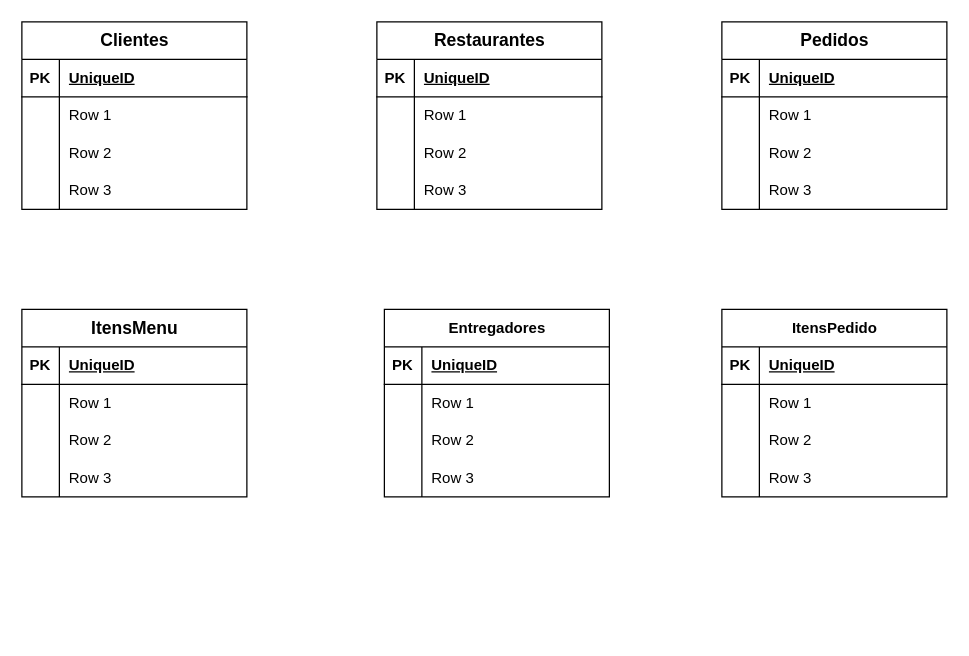
Earlier version of the draw.io diagram Diagrama Entidade-Relacionamento (DER) Físico.drawio (lrlacerda/Logica-de-Programacao-Pratica). Source tidied: cells renumbered, new cells numbered last; positions are measured from the earlier drawing's top-left corner, leaving out a move shared by most shapes. Both pictures are drawn from the tidied source at 125%, with x=0, y=0 at pixel (21, 21).
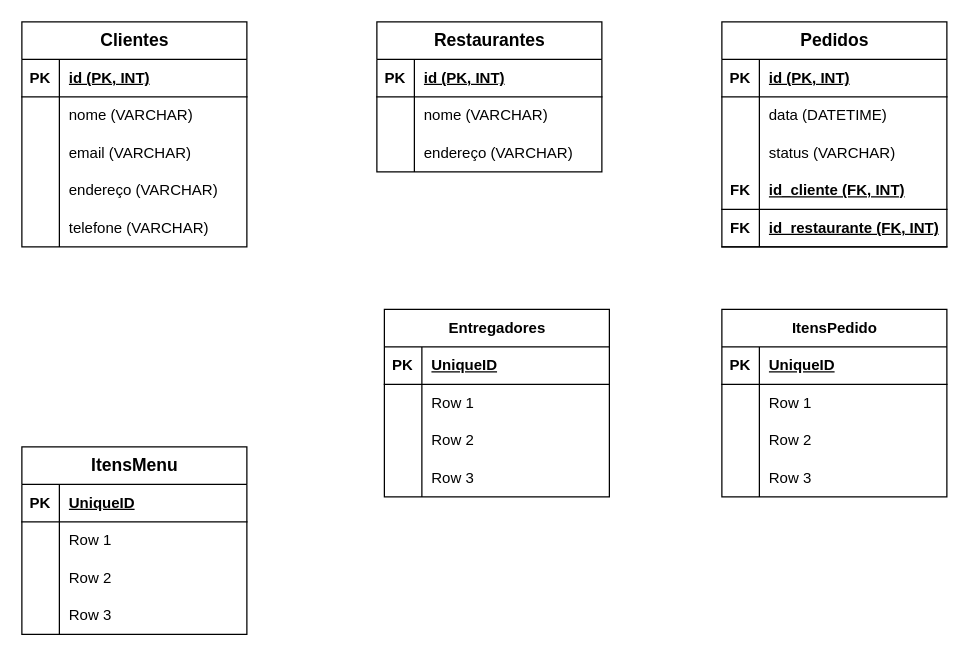
After the change.

The change refers to these unchanged cells:
```xml
<mxCell id="3" style="shape=tableRow;horizontal=0;startSize=0;swimlaneHead=0;swimlaneBody=0;fillColor=none;top=0;left=0;right=0;bottom=1;" parent="2" vertex="1">
  <mxGeometry y="30" width="180" height="30" as="geometry" />
</mxCell>
<mxCell id="16" style="shape=tableRow;horizontal=0;startSize=0;swimlaneHead=0;swimlaneBody=0;fillColor=none;top=0;left=0;right=0;bottom=1;" parent="15" vertex="1">
  <mxGeometry y="30" width="180" height="30" as="geometry" />
</mxCell>
<mxCell id="19" style="shape=tableRow;horizontal=0;startSize=0;swimlaneHead=0;swimlaneBody=0;fillColor=none;top=0;left=0;right=0;bottom=0;" parent="15" vertex="1">
  <mxGeometry y="60" width="180" height="30" as="geometry" />
</mxCell>
<mxCell id="22" style="shape=tableRow;horizontal=0;startSize=0;swimlaneHead=0;swimlaneBody=0;fillColor=none;top=0;left=0;right=0;bottom=0;" parent="15" vertex="1">
  <mxGeometry y="90" width="180" height="30" as="geometry" />
</mxCell>
<mxCell id="29" style="shape=tableRow;horizontal=0;startSize=0;swimlaneHead=0;swimlaneBody=0;fillColor=none;top=0;left=0;right=0;bottom=1;" parent="28" vertex="1">
  <mxGeometry y="30" width="180" height="30" as="geometry" />
</mxCell>
<mxCell id="32" style="shape=tableRow;horizontal=0;startSize=0;swimlaneHead=0;swimlaneBody=0;fillColor=none;top=0;left=0;right=0;bottom=0;" parent="28" vertex="1">
  <mxGeometry y="60" width="180" height="30" as="geometry" />
</mxCell>
<mxCell id="35" style="shape=tableRow;horizontal=0;startSize=0;swimlaneHead=0;swimlaneBody=0;fillColor=none;top=0;left=0;right=0;bottom=0;" parent="28" vertex="1">
  <mxGeometry y="90" width="180" height="30" as="geometry" />
</mxCell>
```

The edit, as a diff of the source:
```diff
@@
     <mxCell id="2" value="&lt;font style=&quot;font-size: 14px;&quot;&gt;Clientes&lt;/font&gt;" style="shape=table;startSize=30;childLayout=tableLayout;rowLines=0;fontStyle=1;align=center;html=1;" parent="1" vertex="1">
-      <mxGeometry width="180" height="150" as="geometry" />
+      <mxGeometry width="180" height="180" as="geometry" />
     </mxCell>
@@
-    <mxCell id="5" value="UniqueID" style="shape=partialRectangle;fillColor=none;top=0;left=0;bottom=0;right=0;align=left;spacingLeft=6;fontStyle=5;overflow=hidden;whiteSpace=wrap;html=1;" parent="3" vertex="1">
+    <mxCell id="5" value="id (PK, INT)" style="shape=partialRectangle;fillColor=none;top=0;left=0;bottom=0;right=0;align=left;spacingLeft=6;fontStyle=5;overflow=hidden;whiteSpace=wrap;html=1;" parent="3" vertex="1">
       <mxGeometry x="30" width="150" height="30" as="geometry" />
     </mxCell>
-    <mxCell id="6" style="shape=tableRow;horizontal=0;startSize=0;swimlaneHead=0;swimlaneBody=0;fillColor=none;top=0;left=0;right=0;bottom=0;" parent="2" vertex="1">
-      <mxGeometry y="60" width="180" height="30" as="geometry" />
-    </mxCell>
-    <mxCell id="7" style="shape=partialRectangle;fillColor=none;top=0;left=0;bottom=0;right=0;overflow=hidden;whiteSpace=wrap;html=1;" parent="6" vertex="1">
-      <mxGeometry width="30" height="30" as="geometry" />
-    </mxCell>
-    <mxCell id="8" value="Row 1" style="shape=partialRectangle;fillColor=none;top=0;left=0;bottom=0;right=0;align=left;spacingLeft=6;overflow=hidden;whiteSpace=wrap;html=1;" parent="6" vertex="1">
-      <mxGeometry x="30" width="150" height="30" as="geometry" />
-    </mxCell>
     <mxCell id="9" style="shape=tableRow;horizontal=0;startSize=0;swimlaneHead=0;swimlaneBody=0;fillColor=none;top=0;left=0;right=0;bottom=0;" parent="2" vertex="1">
-      <mxGeometry y="90" width="180" height="30" as="geometry" />
+      <mxGeometry y="60" width="180" height="30" as="geometry" />
     </mxCell>
@@
-    <mxCell id="11" value="Row 2" style="shape=partialRectangle;fillColor=none;top=0;left=0;bottom=0;right=0;align=left;spacingLeft=6;overflow=hidden;whiteSpace=wrap;html=1;" parent="9" vertex="1">
+    <mxCell id="11" value="nome (VARCHAR)" style="shape=partialRectangle;fillColor=none;top=0;left=0;bottom=0;right=0;align=left;spacingLeft=6;overflow=hidden;whiteSpace=wrap;html=1;" parent="9" vertex="1">
       <mxGeometry x="30" width="150" height="30" as="geometry" />
     </mxCell>
     <mxCell id="12" style="shape=tableRow;horizontal=0;startSize=0;swimlaneHead=0;swimlaneBody=0;fillColor=none;top=0;left=0;right=0;bottom=0;" parent="2" vertex="1">
-      <mxGeometry y="120" width="180" height="30" as="geometry" />
+      <mxGeometry y="90" width="180" height="30" as="geometry" />
     </mxCell>
@@
-    <mxCell id="14" value="Row 3" style="shape=partialRectangle;fillColor=none;top=0;left=0;bottom=0;right=0;align=left;spacingLeft=6;overflow=hidden;whiteSpace=wrap;html=1;" parent="12" vertex="1">
+    <mxCell id="14" value="email (VARCHAR)" style="shape=partialRectangle;fillColor=none;top=0;left=0;bottom=0;right=0;align=left;spacingLeft=6;overflow=hidden;whiteSpace=wrap;html=1;" parent="12" vertex="1">
       <mxGeometry x="30" width="150" height="30" as="geometry" />
     </mxCell>
+    <mxCell id="80" style="shape=tableRow;horizontal=0;startSize=0;swimlaneHead=0;swimlaneBody=0;fillColor=none;top=0;left=0;right=0;bottom=0;" parent="2" vertex="1">
+      <mxGeometry y="120" width="180" height="30" as="geometry" />
+    </mxCell>
+    <mxCell id="81" style="shape=partialRectangle;fillColor=none;top=0;left=0;bottom=0;right=0;overflow=hidden;whiteSpace=wrap;html=1;" parent="80" vertex="1">
+      <mxGeometry width="30" height="30" as="geometry" />
+    </mxCell>
+    <mxCell id="82" value="endereço (VARCHAR)" style="shape=partialRectangle;fillColor=none;top=0;left=0;bottom=0;right=0;align=left;spacingLeft=6;overflow=hidden;whiteSpace=wrap;html=1;" parent="80" vertex="1">
+      <mxGeometry x="30" width="150" height="30" as="geometry" />
+    </mxCell>
+    <mxCell id="83" style="shape=tableRow;horizontal=0;startSize=0;swimlaneHead=0;swimlaneBody=0;fillColor=none;top=0;left=0;right=0;bottom=0;" parent="2" vertex="1">
+      <mxGeometry y="150" width="180" height="30" as="geometry" />
+    </mxCell>
+    <mxCell id="84" style="shape=partialRectangle;fillColor=none;top=0;left=0;bottom=0;right=0;overflow=hidden;whiteSpace=wrap;html=1;" parent="83" vertex="1">
+      <mxGeometry width="30" height="30" as="geometry" />
+    </mxCell>
+    <mxCell id="85" value="telefone (VARCHAR)" style="shape=partialRectangle;fillColor=none;top=0;left=0;bottom=0;right=0;align=left;spacingLeft=6;overflow=hidden;whiteSpace=wrap;html=1;" parent="83" vertex="1">
+      <mxGeometry x="30" width="150" height="30" as="geometry" />
+    </mxCell>
     <mxCell id="15" value="&lt;font style=&quot;font-size: 14px;&quot;&gt;Pedidos&lt;/font&gt;" style="shape=table;startSize=30;childLayout=tableLayout;rowLines=0;fontStyle=1;align=center;html=1;" parent="1" vertex="1">
-      <mxGeometry x="560" width="180" height="150" as="geometry" />
+      <mxGeometry x="560" width="180" height="180" as="geometry" />
     </mxCell>
@@
-    <mxCell id="18" value="UniqueID" style="shape=partialRectangle;fillColor=none;top=0;left=0;bottom=0;right=0;align=left;spacingLeft=6;fontStyle=5;overflow=hidden;whiteSpace=wrap;html=1;" parent="16" vertex="1">
+    <mxCell id="18" value="id (PK, INT)" style="shape=partialRectangle;fillColor=none;top=0;left=0;bottom=0;right=0;align=left;spacingLeft=6;fontStyle=5;overflow=hidden;whiteSpace=wrap;html=1;" parent="16" vertex="1">
       <mxGeometry x="30" width="150" height="30" as="geometry" />
     </mxCell>
@@
-    <mxCell id="21" value="Row 1" style="shape=partialRectangle;fillColor=none;top=0;left=0;bottom=0;right=0;align=left;spacingLeft=6;overflow=hidden;whiteSpace=wrap;html=1;" parent="19" vertex="1">
+    <mxCell id="21" value="data (DATETIME)" style="shape=partialRectangle;fillColor=none;top=0;left=0;bottom=0;right=0;align=left;spacingLeft=6;overflow=hidden;whiteSpace=wrap;html=1;" parent="19" vertex="1">
       <mxGeometry x="30" width="150" height="30" as="geometry" />
     </mxCell>
@@
-    <mxCell id="24" value="Row 2" style="shape=partialRectangle;fillColor=none;top=0;left=0;bottom=0;right=0;align=left;spacingLeft=6;overflow=hidden;whiteSpace=wrap;html=1;" parent="22" vertex="1">
+    <mxCell id="24" value="status (VARCHAR)" style="shape=partialRectangle;fillColor=none;top=0;left=0;bottom=0;right=0;align=left;spacingLeft=6;overflow=hidden;whiteSpace=wrap;html=1;" parent="22" vertex="1">
       <mxGeometry x="30" width="150" height="30" as="geometry" />
     </mxCell>
-    <mxCell id="25" style="shape=tableRow;horizontal=0;startSize=0;swimlaneHead=0;swimlaneBody=0;fillColor=none;top=0;left=0;right=0;bottom=0;" parent="15" vertex="1">
-      <mxGeometry y="120" width="180" height="30" as="geometry" />
-    </mxCell>
-    <mxCell id="26" style="shape=partialRectangle;fillColor=none;top=0;left=0;bottom=0;right=0;overflow=hidden;whiteSpace=wrap;html=1;" parent="25" vertex="1">
-      <mxGeometry width="30" height="30" as="geometry" />
-    </mxCell>
-    <mxCell id="27" value="Row 3" style="shape=partialRectangle;fillColor=none;top=0;left=0;bottom=0;right=0;align=left;spacingLeft=6;overflow=hidden;whiteSpace=wrap;html=1;" parent="25" vertex="1">
-      <mxGeometry x="30" width="150" height="30" as="geometry" />
-    </mxCell>
+    <mxCell id="86" style="shape=tableRow;horizontal=0;startSize=0;swimlaneHead=0;swimlaneBody=0;fillColor=none;top=0;left=0;right=0;bottom=1;" parent="15" vertex="1">
+      <mxGeometry y="120" width="180" height="30" as="geometry" />
+    </mxCell>
+    <mxCell id="87" value="FK" style="shape=partialRectangle;fillColor=none;top=0;left=0;bottom=0;right=0;fontStyle=1;overflow=hidden;whiteSpace=wrap;html=1;" parent="86" vertex="1">
+      <mxGeometry width="30" height="30" as="geometry" />
+    </mxCell>
+    <mxCell id="88" value="id_cliente (FK, INT)" style="shape=partialRectangle;fillColor=none;top=0;left=0;bottom=0;right=0;align=left;spacingLeft=6;fontStyle=5;overflow=hidden;whiteSpace=wrap;html=1;" parent="86" vertex="1">
+      <mxGeometry x="30" width="150" height="30" as="geometry" />
+    </mxCell>
+    <mxCell id="89" style="shape=tableRow;horizontal=0;startSize=0;swimlaneHead=0;swimlaneBody=0;fillColor=none;top=0;left=0;right=0;bottom=1;" parent="15" vertex="1">
+      <mxGeometry y="150" width="180" height="30" as="geometry" />
+    </mxCell>
+    <mxCell id="90" value="FK" style="shape=partialRectangle;fillColor=none;top=0;left=0;bottom=0;right=0;fontStyle=1;overflow=hidden;whiteSpace=wrap;html=1;" parent="89" vertex="1">
+      <mxGeometry width="30" height="30" as="geometry" />
+    </mxCell>
+    <mxCell id="91" value="id_restaurante (FK, INT)" style="shape=partialRectangle;fillColor=none;top=0;left=0;bottom=0;right=0;align=left;spacingLeft=6;fontStyle=5;overflow=hidden;whiteSpace=wrap;html=1;" parent="89" vertex="1">
+      <mxGeometry x="30" width="150" height="30" as="geometry" />
+    </mxCell>
     <mxCell id="28" value="&lt;font style=&quot;font-size: 14px;&quot;&gt;Restaurantes&lt;/font&gt;" style="shape=table;startSize=30;childLayout=tableLayout;rowLines=0;fontStyle=1;align=center;html=1;" parent="1" vertex="1">
-      <mxGeometry x="284" width="180" height="150" as="geometry" />
+      <mxGeometry x="284" width="180" height="120" as="geometry" />
     </mxCell>
@@
-    <mxCell id="31" value="UniqueID" style="shape=partialRectangle;fillColor=none;top=0;left=0;bottom=0;right=0;align=left;spacingLeft=6;fontStyle=5;overflow=hidden;whiteSpace=wrap;html=1;" parent="29" vertex="1">
+    <mxCell id="31" value="id (PK, INT)" style="shape=partialRectangle;fillColor=none;top=0;left=0;bottom=0;right=0;align=left;spacingLeft=6;fontStyle=5;overflow=hidden;whiteSpace=wrap;html=1;" parent="29" vertex="1">
       <mxGeometry x="30" width="150" height="30" as="geometry" />
     </mxCell>
@@
-    <mxCell id="34" value="Row 1" style="shape=partialRectangle;fillColor=none;top=0;left=0;bottom=0;right=0;align=left;spacingLeft=6;overflow=hidden;whiteSpace=wrap;html=1;" parent="32" vertex="1">
+    <mxCell id="34" value="nome (VARCHAR)" style="shape=partialRectangle;fillColor=none;top=0;left=0;bottom=0;right=0;align=left;spacingLeft=6;overflow=hidden;whiteSpace=wrap;html=1;" parent="32" vertex="1">
       <mxGeometry x="30" width="150" height="30" as="geometry" />
     </mxCell>
@@
-    <mxCell id="37" value="Row 2" style="shape=partialRectangle;fillColor=none;top=0;left=0;bottom=0;right=0;align=left;spacingLeft=6;overflow=hidden;whiteSpace=wrap;html=1;" parent="35" vertex="1">
+    <mxCell id="37" value="endereço (VARCHAR)" style="shape=partialRectangle;fillColor=none;top=0;left=0;bottom=0;right=0;align=left;spacingLeft=6;overflow=hidden;whiteSpace=wrap;html=1;" parent="35" vertex="1">
       <mxGeometry x="30" width="150" height="30" as="geometry" />
     </mxCell>
-    <mxCell id="38" style="shape=tableRow;horizontal=0;startSize=0;swimlaneHead=0;swimlaneBody=0;fillColor=none;top=0;left=0;right=0;bottom=0;" parent="28" vertex="1">
-      <mxGeometry y="120" width="180" height="30" as="geometry" />
-    </mxCell>
-    <mxCell id="39" style="shape=partialRectangle;fillColor=none;top=0;left=0;bottom=0;right=0;overflow=hidden;whiteSpace=wrap;html=1;" parent="38" vertex="1">
-      <mxGeometry width="30" height="30" as="geometry" />
-    </mxCell>
-    <mxCell id="40" value="Row 3" style="shape=partialRectangle;fillColor=none;top=0;left=0;bottom=0;right=0;align=left;spacingLeft=6;overflow=hidden;whiteSpace=wrap;html=1;" parent="38" vertex="1">
-      <mxGeometry x="30" width="150" height="30" as="geometry" />
-    </mxCell>
@@
     <mxCell id="54" value="&lt;font style=&quot;font-size: 14px;&quot;&gt;ItensMenu&lt;/font&gt;" style="shape=table;startSize=30;childLayout=tableLayout;rowLines=0;fontStyle=1;align=center;html=1;" parent="1" vertex="1">
-      <mxGeometry y="230" width="180" height="150" as="geometry" />
+      <mxGeometry y="340" width="180" height="150" as="geometry" />
     </mxCell>
```
